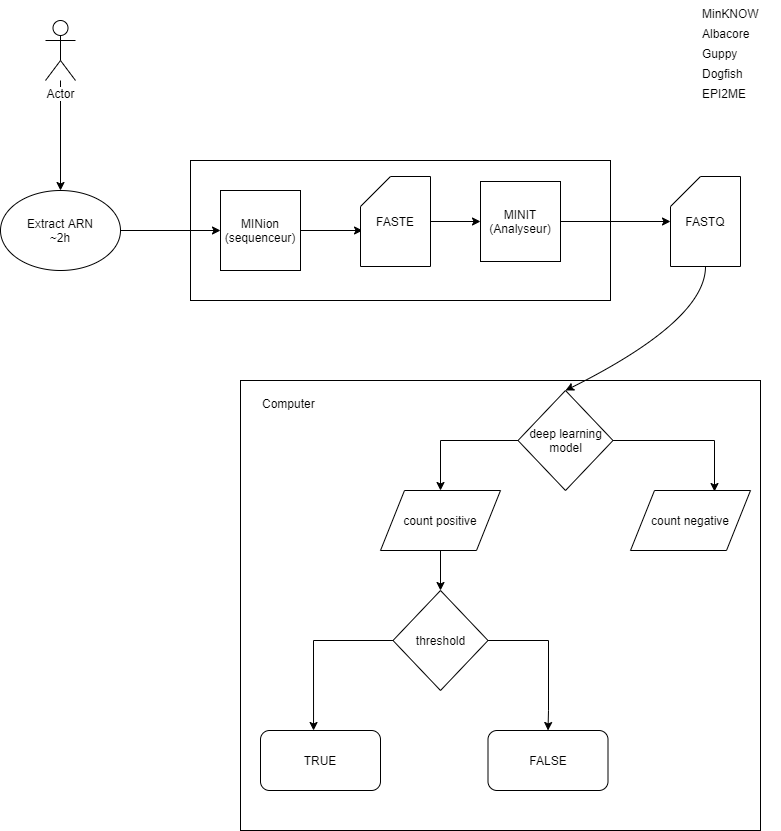
angegar/IDEA keeps this draw.io diagram as architecture.png. Above is the earlier version. Source tidied: cells renumbered, new cells last; positions are measured from the earlier drawing's top-left corner, leaving out a move shared by most shapes. Source of this version:
```xml
<mxGraphModel>
  <root>
    <mxCell id="0" />
    <mxCell id="1" parent="0" />
    <mxCell id="2" style="rounded=0;whiteSpace=wrap;html=1;" parent="1" vertex="1">
      <mxGeometry x="240" y="380" width="520" height="450" as="geometry" />
    </mxCell>
    <mxCell id="3" style="rounded=0;whiteSpace=wrap;html=1;" parent="1" vertex="1">
      <mxGeometry x="190" y="160" width="420" height="140" as="geometry" />
    </mxCell>
    <mxCell id="4" style="edgeStyle=orthogonalEdgeStyle;rounded=0;jettySize=auto;html=1;entryX=0.029;entryY=0.6;entryDx=0;entryDy=0;entryPerimeter=0;" parent="1" edge="1" source="5" target="10">
      <mxGeometry relative="1" as="geometry" />
    </mxCell>
    <mxCell id="5" value="MINion (sequenceur)" style="whiteSpace=wrap;html=1;" parent="1" vertex="1">
      <mxGeometry x="220" y="190" width="80" height="80" as="geometry" />
    </mxCell>
    <mxCell id="6" style="edgeStyle=orthogonalEdgeStyle;rounded=0;jettySize=auto;html=1;" parent="1" edge="1" source="7" target="8">
      <mxGeometry relative="1" as="geometry" />
    </mxCell>
    <mxCell id="7" value="MINIT (Analyseur)" style="whiteSpace=wrap;html=1;" parent="1" vertex="1">
      <mxGeometry x="480" y="181" width="80" height="80" as="geometry" />
    </mxCell>
    <mxCell id="8" value="FASTQ" style="shape=card;whiteSpace=wrap;html=1;" parent="1" vertex="1">
      <mxGeometry x="670" y="176" width="70" height="90" as="geometry" />
    </mxCell>
    <mxCell id="9" style="edgeStyle=orthogonalEdgeStyle;rounded=0;jettySize=auto;html=1;entryX=0;entryY=0.5;entryDx=0;entryDy=0;" parent="1" edge="1" source="10" target="7">
      <mxGeometry relative="1" as="geometry" />
    </mxCell>
    <mxCell id="10" value="FASTE" style="shape=card;whiteSpace=wrap;html=1;" parent="1" vertex="1">
      <mxGeometry x="360" y="176" width="70" height="90" as="geometry" />
    </mxCell>
    <mxCell id="11" value="TRUE" style="rounded=1;whiteSpace=wrap;html=1;" parent="1" vertex="1">
      <mxGeometry x="260" y="730" width="120" height="60" as="geometry" />
    </mxCell>
    <mxCell id="12" value="MinKNOW" style="text;html=1;" parent="1" vertex="1">
      <mxGeometry x="700" width="80" height="30" as="geometry" />
    </mxCell>
    <mxCell id="13" value="Albacore" style="text;html=1;" parent="1" vertex="1">
      <mxGeometry x="700" y="20" width="70" height="30" as="geometry" />
    </mxCell>
    <mxCell id="14" value="Guppy" style="text;html=1;" parent="1" vertex="1">
      <mxGeometry x="700" y="40" width="60" height="30" as="geometry" />
    </mxCell>
    <mxCell id="15" value="Dogfish" style="text;html=1;" parent="1" vertex="1">
      <mxGeometry x="700" y="60" width="70" height="30" as="geometry" />
    </mxCell>
    <mxCell id="16" value="EPI2ME" style="text;html=1;" parent="1" vertex="1">
      <mxGeometry x="700" y="80" width="70" height="30" as="geometry" />
    </mxCell>
    <mxCell id="17" style="edgeStyle=orthogonalEdgeStyle;rounded=0;jettySize=auto;html=1;entryX=0.5;entryY=0;entryDx=0;entryDy=0;" parent="1" edge="1" source="19" target="21">
      <mxGeometry relative="1" as="geometry" />
    </mxCell>
    <mxCell id="18" style="edgeStyle=orthogonalEdgeStyle;rounded=0;jettySize=auto;html=1;entryX=0.7;entryY=0.017;entryDx=0;entryDy=0;entryPerimeter=0;" parent="1" edge="1" source="19" target="22">
      <mxGeometry relative="1" as="geometry" />
    </mxCell>
    <mxCell id="19" value="deep learning model" style="rhombus;whiteSpace=wrap;html=1;" parent="1" vertex="1">
      <mxGeometry x="517.5" y="390" width="95" height="100" as="geometry" />
    </mxCell>
    <mxCell id="20" style="edgeStyle=orthogonalEdgeStyle;rounded=0;jettySize=auto;html=1;" parent="1" edge="1" source="21" target="27">
      <mxGeometry relative="1" as="geometry" />
    </mxCell>
    <mxCell id="21" value="count positive" style="shape=parallelogram;perimeter=parallelogramPerimeter;whiteSpace=wrap;html=1;" parent="1" vertex="1">
      <mxGeometry x="380" y="490" width="120" height="60" as="geometry" />
    </mxCell>
    <mxCell id="22" value="count negative" style="shape=parallelogram;perimeter=parallelogramPerimeter;whiteSpace=wrap;html=1;" parent="1" vertex="1">
      <mxGeometry x="630" y="490" width="120" height="60" as="geometry" />
    </mxCell>
    <mxCell id="23" style="edgeStyle=orthogonalEdgeStyle;rounded=0;jettySize=auto;html=1;" parent="1" edge="1" source="24" target="31">
      <mxGeometry relative="1" as="geometry" />
    </mxCell>
    <mxCell id="24" value="Actor" style="shape=umlActor;verticalLabelPosition=bottom;labelBackgroundColor=#ffffff;verticalAlign=top;html=1;outlineConnect=0;" parent="1" vertex="1">
      <mxGeometry x="45" y="20" width="30" height="60" as="geometry" />
    </mxCell>
    <mxCell id="25" style="edgeStyle=orthogonalEdgeStyle;rounded=0;jettySize=auto;html=1;entryX=0.442;entryY=0;entryDx=0;entryDy=0;entryPerimeter=0;" parent="1" edge="1" source="27" target="11">
      <mxGeometry relative="1" as="geometry" />
    </mxCell>
    <mxCell id="26" style="edgeStyle=orthogonalEdgeStyle;rounded=0;jettySize=auto;html=1;entryX=0.5;entryY=0;entryDx=0;entryDy=0;" parent="1" edge="1" source="27" target="28">
      <mxGeometry relative="1" as="geometry">
        <Array as="points">
          <mxPoint x="548" y="640" />
          <mxPoint x="548" y="710" />
        </Array>
      </mxGeometry>
    </mxCell>
    <mxCell id="27" value="threshold" style="rhombus;whiteSpace=wrap;html=1;" parent="1" vertex="1">
      <mxGeometry x="392.5" y="590" width="95" height="100" as="geometry" />
    </mxCell>
    <mxCell id="28" value="FALSE" style="rounded=1;whiteSpace=wrap;html=1;" parent="1" vertex="1">
      <mxGeometry x="487.5" y="730" width="120" height="60" as="geometry" />
    </mxCell>
    <mxCell id="29" value="Computer" style="text;html=1;" parent="1" vertex="1">
      <mxGeometry x="260" y="390" width="80" height="30" as="geometry" />
    </mxCell>
    <mxCell id="30" style="edgeStyle=orthogonalEdgeStyle;rounded=0;jettySize=auto;html=1;entryX=0;entryY=0.5;entryDx=0;entryDy=0;" parent="1" edge="1" source="31" target="5">
      <mxGeometry relative="1" as="geometry" />
    </mxCell>
    <mxCell id="31" value="Extract ARN&lt;br&gt;~2h" style="ellipse;whiteSpace=wrap;html=1;" parent="1" vertex="1">
      <mxGeometry y="190" width="120" height="80" as="geometry" />
    </mxCell>
    <mxCell id="32" style="curved=1;endArrow=classic;html=1;exitX=0.5;exitY=1;exitDx=0;exitDy=0;exitPerimeter=0;entryX=0.5;entryY=0;entryDx=0;entryDy=0;" parent="1" edge="1" source="8" target="19">
      <mxGeometry relative="1" as="geometry">
        <Array as="points">
          <mxPoint x="705" y="320" />
        </Array>
      </mxGeometry>
    </mxCell>
  </root>
</mxGraphModel>
```
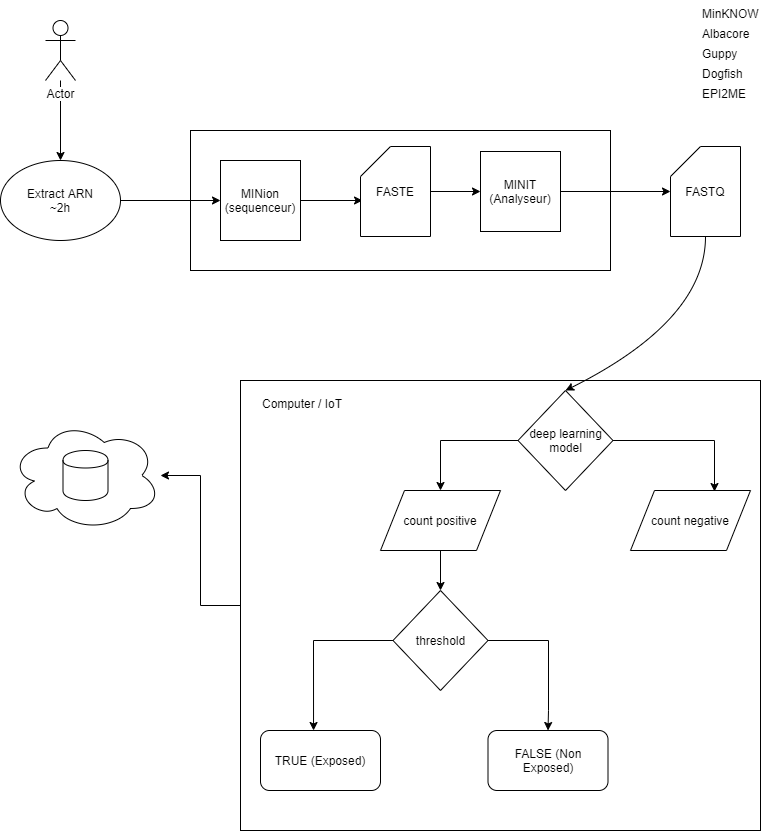
The same diagram one commit later.

Change to the diagram source:
```diff
@@ -2,34 +2,37 @@
   <root>
     <mxCell id="0" />
     <mxCell id="1" parent="0" />
+    <mxCell id="33" style="edgeStyle=orthogonalEdgeStyle;rounded=0;jettySize=auto;html=1;" parent="1" edge="1" source="2" target="34">
+      <mxGeometry relative="1" as="geometry" />
+    </mxCell>
     <mxCell id="2" style="rounded=0;whiteSpace=wrap;html=1;" parent="1" vertex="1">
       <mxGeometry x="240" y="380" width="520" height="450" as="geometry" />
     </mxCell>
     <mxCell id="3" style="rounded=0;whiteSpace=wrap;html=1;" parent="1" vertex="1">
-      <mxGeometry x="190" y="160" width="420" height="140" as="geometry" />
+      <mxGeometry x="190" y="130" width="420" height="140" as="geometry" />
     </mxCell>
     <mxCell id="4" style="edgeStyle=orthogonalEdgeStyle;rounded=0;jettySize=auto;html=1;entryX=0.029;entryY=0.6;entryDx=0;entryDy=0;entryPerimeter=0;" parent="1" edge="1" source="5" target="10">
       <mxGeometry relative="1" as="geometry" />
     </mxCell>
     <mxCell id="5" value="MINion (sequenceur)" style="whiteSpace=wrap;html=1;" parent="1" vertex="1">
-      <mxGeometry x="220" y="190" width="80" height="80" as="geometry" />
+      <mxGeometry x="220" y="160" width="80" height="80" as="geometry" />
     </mxCell>
     <mxCell id="6" style="edgeStyle=orthogonalEdgeStyle;rounded=0;jettySize=auto;html=1;" parent="1" edge="1" source="7" target="8">
       <mxGeometry relative="1" as="geometry" />
     </mxCell>
     <mxCell id="7" value="MINIT (Analyseur)" style="whiteSpace=wrap;html=1;" parent="1" vertex="1">
-      <mxGeometry x="480" y="181" width="80" height="80" as="geometry" />
+      <mxGeometry x="480" y="151" width="80" height="80" as="geometry" />
     </mxCell>
     <mxCell id="8" value="FASTQ" style="shape=card;whiteSpace=wrap;html=1;" parent="1" vertex="1">
-      <mxGeometry x="670" y="176" width="70" height="90" as="geometry" />
+      <mxGeometry x="670" y="146" width="70" height="90" as="geometry" />
     </mxCell>
     <mxCell id="9" style="edgeStyle=orthogonalEdgeStyle;rounded=0;jettySize=auto;html=1;entryX=0;entryY=0.5;entryDx=0;entryDy=0;" parent="1" edge="1" source="10" target="7">
       <mxGeometry relative="1" as="geometry" />
     </mxCell>
     <mxCell id="10" value="FASTE" style="shape=card;whiteSpace=wrap;html=1;" parent="1" vertex="1">
-      <mxGeometry x="360" y="176" width="70" height="90" as="geometry" />
+      <mxGeometry x="360" y="146" width="70" height="90" as="geometry" />
     </mxCell>
-    <mxCell id="11" value="TRUE" style="rounded=1;whiteSpace=wrap;html=1;" parent="1" vertex="1">
+    <mxCell id="11" value="TRUE (Exposed)" style="rounded=1;whiteSpace=wrap;html=1;" parent="1" vertex="1">
       <mxGeometry x="260" y="730" width="120" height="60" as="geometry" />
     </mxCell>
     <mxCell id="12" value="MinKNOW" style="text;html=1;" parent="1" vertex="1">
@@ -85,17 +88,17 @@
     <mxCell id="27" value="threshold" style="rhombus;whiteSpace=wrap;html=1;" parent="1" vertex="1">
       <mxGeometry x="392.5" y="590" width="95" height="100" as="geometry" />
     </mxCell>
-    <mxCell id="28" value="FALSE" style="rounded=1;whiteSpace=wrap;html=1;" parent="1" vertex="1">
+    <mxCell id="28" value="FALSE (Non Exposed)" style="rounded=1;whiteSpace=wrap;html=1;" parent="1" vertex="1">
       <mxGeometry x="487.5" y="730" width="120" height="60" as="geometry" />
     </mxCell>
-    <mxCell id="29" value="Computer" style="text;html=1;" parent="1" vertex="1">
-      <mxGeometry x="260" y="390" width="80" height="30" as="geometry" />
+    <mxCell id="29" value="Computer / IoT" style="text;html=1;" parent="1" vertex="1">
+      <mxGeometry x="260" y="390" width="100" height="30" as="geometry" />
     </mxCell>
     <mxCell id="30" style="edgeStyle=orthogonalEdgeStyle;rounded=0;jettySize=auto;html=1;entryX=0;entryY=0.5;entryDx=0;entryDy=0;" parent="1" edge="1" source="31" target="5">
       <mxGeometry relative="1" as="geometry" />
     </mxCell>
     <mxCell id="31" value="Extract ARN&lt;br&gt;~2h" style="ellipse;whiteSpace=wrap;html=1;" parent="1" vertex="1">
-      <mxGeometry y="190" width="120" height="80" as="geometry" />
+      <mxGeometry y="160" width="120" height="80" as="geometry" />
     </mxCell>
     <mxCell id="32" style="curved=1;endArrow=classic;html=1;exitX=0.5;exitY=1;exitDx=0;exitDy=0;exitPerimeter=0;entryX=0.5;entryY=0;entryDx=0;entryDy=0;" parent="1" edge="1" source="8" target="19">
       <mxGeometry relative="1" as="geometry">
@@ -104,5 +107,11 @@
         </Array>
       </mxGeometry>
     </mxCell>
+    <mxCell id="34" style="ellipse;shape=cloud;whiteSpace=wrap;html=1;" parent="1" vertex="1">
+      <mxGeometry x="10" y="420" width="150" height="110" as="geometry" />
+    </mxCell>
+    <mxCell id="35" style="shape=cylinder;whiteSpace=wrap;html=1;boundedLbl=1;backgroundOutline=1;" parent="1" vertex="1">
+      <mxGeometry x="62.5" y="450" width="45" height="50" as="geometry" />
+    </mxCell>
   </root>
 </mxGraphModel>
```
